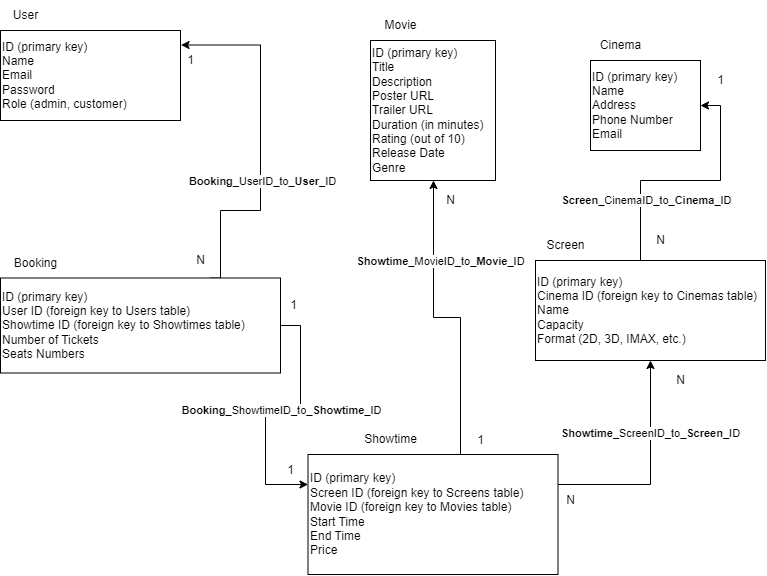
The draw.io diagram cinema/src/main/resources/static/database_schema.png in DVasyl13/cinema-app, before a commit. Source tidied: cells renumbered, new cells last; positions are measured from the earlier drawing's top-left corner, leaving out a move shared by most shapes. Its diagram source:
```xml
<mxGraphModel>
  <root>
    <mxCell id="0" />
    <mxCell id="1" parent="0" />
    <mxCell id="2" value="ID (primary key)&lt;br&gt;Name&lt;br&gt;Email&lt;br&gt;Password&lt;br&gt;Role (admin, customer)" style="rounded=0;whiteSpace=wrap;html=1;align=left;" parent="1" vertex="1">
      <mxGeometry y="30" width="180" height="90" as="geometry" />
    </mxCell>
    <mxCell id="3" value="User" style="text;html=1;align=center;verticalAlign=middle;strokeColor=none;fillColor=none;" parent="1" vertex="1">
      <mxGeometry width="50" height="30" as="geometry" />
    </mxCell>
    <mxCell id="4" value="ID (primary key)&lt;br&gt;Title&lt;br&gt;Description&lt;br&gt;Poster URL&lt;br&gt;Trailer URL&lt;br&gt;Duration (in minutes)&lt;br&gt;Rating (out of 10)&lt;br&gt;Release Date&lt;br&gt;Genre" style="rounded=0;whiteSpace=wrap;html=1;align=left;" parent="1" vertex="1">
      <mxGeometry x="370" y="40" width="125" height="140" as="geometry" />
    </mxCell>
    <mxCell id="5" value="Movie" style="text;html=1;align=center;verticalAlign=middle;strokeColor=none;fillColor=none;" parent="1" vertex="1">
      <mxGeometry x="370" y="10" width="60" height="30" as="geometry" />
    </mxCell>
    <mxCell id="6" value="Cinema" style="text;html=1;align=center;verticalAlign=middle;strokeColor=none;fillColor=none;" parent="1" vertex="1">
      <mxGeometry x="590" y="30" width="60" height="30" as="geometry" />
    </mxCell>
    <mxCell id="7" value="ID (primary key)&lt;br&gt;Name&lt;br&gt;Address&lt;br&gt;Phone Number&lt;br&gt;Email" style="whiteSpace=wrap;html=1;align=left;" parent="1" vertex="1">
      <mxGeometry x="590" y="60" width="110" height="90" as="geometry" />
    </mxCell>
    <mxCell id="8" style="edgeStyle=orthogonalEdgeStyle;rounded=0;jettySize=auto;html=1;exitX=0.75;exitY=0;exitDx=0;exitDy=0;entryX=1;entryY=0.5;entryDx=0;entryDy=0;" parent="1" edge="1" source="10" target="7">
      <mxGeometry relative="1" as="geometry">
        <Array as="points">
          <mxPoint x="640" y="260" />
          <mxPoint x="640" y="180" />
          <mxPoint x="720" y="180" />
          <mxPoint x="720" y="105" />
        </Array>
      </mxGeometry>
    </mxCell>
    <mxCell id="9" value="&lt;b&gt;Screen&lt;/b&gt;_CinemaID_to_&lt;b&gt;Cinema&lt;/b&gt;_ID" style="edgeLabel;html=1;align=center;verticalAlign=middle;" parent="8" vertex="1">
      <mxGeometry x="-0.07" y="-4" relative="1" as="geometry">
        <mxPoint x="3" y="16" as="offset" />
      </mxGeometry>
    </mxCell>
    <mxCell id="10" value="ID (primary key)&lt;br&gt;Cinema ID (foreign key to Cinemas table)&lt;br&gt;Name&lt;br&gt;Capacity&lt;br&gt;Format (2D, 3D, IMAX, etc.)" style="whiteSpace=wrap;html=1;align=left;" parent="1" vertex="1">
      <mxGeometry x="535" y="260" width="230" height="100" as="geometry" />
    </mxCell>
    <mxCell id="11" value="Screen" style="text;html=1;align=center;verticalAlign=middle;strokeColor=none;fillColor=none;" parent="1" vertex="1">
      <mxGeometry x="535" y="230" width="60" height="30" as="geometry" />
    </mxCell>
    <mxCell id="12" style="edgeStyle=orthogonalEdgeStyle;rounded=0;jettySize=auto;html=1;exitX=0.75;exitY=0;exitDx=0;exitDy=0;" parent="1" edge="1" source="16" target="4">
      <mxGeometry relative="1" as="geometry">
        <Array as="points">
          <mxPoint x="460" y="454" />
          <mxPoint x="460" y="317" />
          <mxPoint x="433" y="317" />
        </Array>
      </mxGeometry>
    </mxCell>
    <mxCell id="13" value="&lt;b&gt;Showtime_&lt;/b&gt;MovieID_to_&lt;b&gt;Movie&lt;/b&gt;_ID" style="edgeLabel;html=1;align=center;verticalAlign=middle;" parent="12" vertex="1">
      <mxGeometry x="-0.54" y="3" relative="1" as="geometry">
        <mxPoint x="-17" y="-151" as="offset" />
      </mxGeometry>
    </mxCell>
    <mxCell id="14" style="edgeStyle=orthogonalEdgeStyle;rounded=0;jettySize=auto;html=1;exitX=1;exitY=0.25;exitDx=0;exitDy=0;" parent="1" edge="1" source="16" target="10">
      <mxGeometry relative="1" as="geometry" />
    </mxCell>
    <mxCell id="15" value="&lt;b&gt;Showtime&lt;/b&gt;_ScreenID_to_&lt;b&gt;Screen_&lt;/b&gt;ID" style="edgeLabel;html=1;align=center;verticalAlign=middle;" parent="14" vertex="1">
      <mxGeometry x="0.33" relative="1" as="geometry" />
    </mxCell>
    <mxCell id="16" value="ID (primary key)&lt;br&gt;Screen ID (foreign key to Screens table)&lt;br&gt;Movie ID (foreign key to Movies table)&lt;br&gt;Start Time&lt;br&gt;End Time&lt;br&gt;Price" style="whiteSpace=wrap;html=1;align=left;" parent="1" vertex="1">
      <mxGeometry x="307.5" y="454" width="250" height="120" as="geometry" />
    </mxCell>
    <mxCell id="17" value="Showtime" style="text;html=1;align=center;verticalAlign=middle;strokeColor=none;fillColor=none;" parent="1" vertex="1">
      <mxGeometry x="350" y="424" width="80" height="30" as="geometry" />
    </mxCell>
    <mxCell id="18" value="Booking" style="text;html=1;align=center;verticalAlign=middle;strokeColor=none;fillColor=none;" parent="1" vertex="1">
      <mxGeometry y="247.5" width="70" height="30" as="geometry" />
    </mxCell>
    <mxCell id="19" style="edgeStyle=orthogonalEdgeStyle;rounded=0;jettySize=auto;html=1;exitX=0.75;exitY=0;exitDx=0;exitDy=0;entryX=1.003;entryY=0.161;entryDx=0;entryDy=0;entryPerimeter=0;" parent="1" edge="1" source="23" target="2">
      <mxGeometry relative="1" as="geometry">
        <Array as="points">
          <mxPoint x="220" y="210" />
          <mxPoint x="260" y="210" />
          <mxPoint x="260" y="45" />
        </Array>
      </mxGeometry>
    </mxCell>
    <mxCell id="20" value="&lt;b&gt;Booking&lt;/b&gt;_UserID_to_&lt;b&gt;User&lt;/b&gt;_ID" style="edgeLabel;html=1;align=center;verticalAlign=middle;" parent="19" vertex="1">
      <mxGeometry x="-0.02" y="-2" relative="1" as="geometry">
        <mxPoint y="31" as="offset" />
      </mxGeometry>
    </mxCell>
    <mxCell id="21" style="edgeStyle=orthogonalEdgeStyle;rounded=0;jettySize=auto;html=1;exitX=1;exitY=0.5;exitDx=0;exitDy=0;entryX=0;entryY=0.25;entryDx=0;entryDy=0;" parent="1" edge="1" source="23" target="16">
      <mxGeometry relative="1" as="geometry">
        <Array as="points">
          <mxPoint x="300" y="325" />
          <mxPoint x="300" y="406" />
          <mxPoint x="265" y="406" />
          <mxPoint x="265" y="484" />
        </Array>
      </mxGeometry>
    </mxCell>
    <mxCell id="22" value="&lt;b&gt;Booking&lt;/b&gt;_ShowtimeID_to_&lt;b&gt;Showtime&lt;/b&gt;_ID" style="edgeLabel;html=1;align=center;verticalAlign=middle;" parent="21" vertex="1">
      <mxGeometry x="-0.09" relative="1" as="geometry">
        <mxPoint x="-5" y="4" as="offset" />
      </mxGeometry>
    </mxCell>
    <mxCell id="23" value="ID (primary key)&lt;br&gt;User ID (foreign key to Users table)&lt;br&gt;Showtime ID (foreign key to Showtimes table)&lt;br&gt;Number of Tickets&lt;br&gt;Seats Numbers" style="whiteSpace=wrap;html=1;align=left;" parent="1" vertex="1">
      <mxGeometry y="277.5" width="280" height="95" as="geometry" />
    </mxCell>
    <mxCell id="24" value="1" style="text;html=1;align=center;verticalAlign=middle;strokeColor=none;fillColor=none;" parent="1" vertex="1">
      <mxGeometry x="175" y="45" width="30" height="30" as="geometry" />
    </mxCell>
    <mxCell id="25" value="N" style="text;html=1;align=center;verticalAlign=middle;strokeColor=none;fillColor=none;" parent="1" vertex="1">
      <mxGeometry x="185" y="245" width="30" height="30" as="geometry" />
    </mxCell>
    <mxCell id="26" value="1" style="text;html=1;align=center;verticalAlign=middle;strokeColor=none;fillColor=none;" parent="1" vertex="1">
      <mxGeometry x="465" y="425" width="30" height="30" as="geometry" />
    </mxCell>
    <mxCell id="27" value="N" style="text;html=1;align=center;verticalAlign=middle;strokeColor=none;fillColor=none;" parent="1" vertex="1">
      <mxGeometry x="435" y="185" width="30" height="30" as="geometry" />
    </mxCell>
    <mxCell id="28" value="1" style="text;html=1;align=center;verticalAlign=middle;strokeColor=none;fillColor=none;" parent="1" vertex="1">
      <mxGeometry x="275" y="455" width="30" height="30" as="geometry" />
    </mxCell>
    <mxCell id="29" value="1" style="text;html=1;align=center;verticalAlign=middle;strokeColor=none;fillColor=none;" parent="1" vertex="1">
      <mxGeometry x="277.5" y="290" width="30" height="30" as="geometry" />
    </mxCell>
    <mxCell id="30" value="N" style="text;html=1;align=center;verticalAlign=middle;strokeColor=none;fillColor=none;" parent="1" vertex="1">
      <mxGeometry x="555" y="485" width="30" height="30" as="geometry" />
    </mxCell>
    <mxCell id="31" value="1" style="text;html=1;align=center;verticalAlign=middle;strokeColor=none;fillColor=none;" parent="1" vertex="1">
      <mxGeometry x="705" y="65" width="30" height="30" as="geometry" />
    </mxCell>
    <mxCell id="32" value="N" style="text;html=1;align=center;verticalAlign=middle;strokeColor=none;fillColor=none;" parent="1" vertex="1">
      <mxGeometry x="645" y="225" width="30" height="30" as="geometry" />
    </mxCell>
    <mxCell id="33" value="N" style="text;html=1;align=center;verticalAlign=middle;strokeColor=none;fillColor=none;" parent="1" vertex="1">
      <mxGeometry x="665" y="365" width="30" height="30" as="geometry" />
    </mxCell>
  </root>
</mxGraphModel>
```
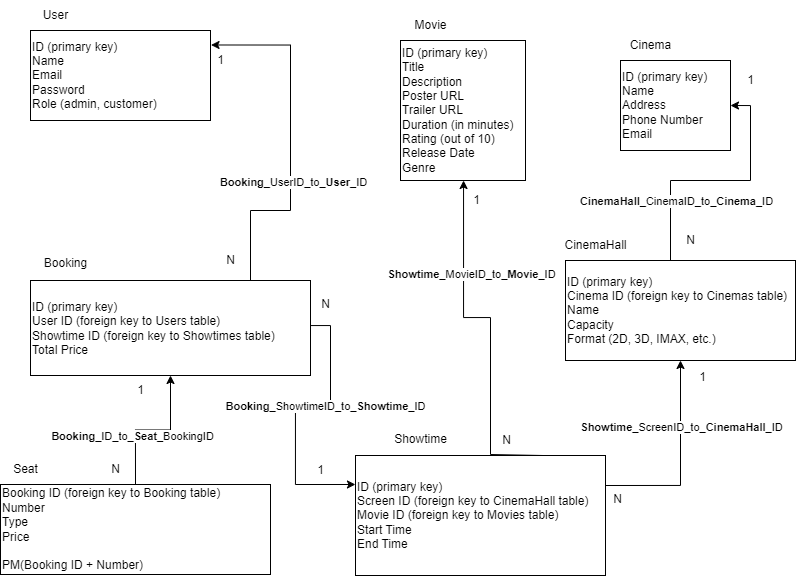
After the change.

Change to the diagram source:
```diff
@@ -30,7 +30,7 @@
         </Array>
       </mxGeometry>
     </mxCell>
-    <mxCell id="9" value="&lt;b&gt;Screen&lt;/b&gt;_CinemaID_to_&lt;b&gt;Cinema&lt;/b&gt;_ID" style="edgeLabel;html=1;align=center;verticalAlign=middle;" parent="8" vertex="1">
+    <mxCell id="9" value="&lt;b&gt;CinemaHall&lt;/b&gt;_CinemaID_to_&lt;b&gt;Cinema&lt;/b&gt;_ID" style="edgeLabel;html=1;align=center;verticalAlign=middle;" parent="8" vertex="1">
       <mxGeometry x="-0.07" y="-4" relative="1" as="geometry">
         <mxPoint x="3" y="16" as="offset" />
       </mxGeometry>
@@ -38,8 +38,8 @@
     <mxCell id="10" value="ID (primary key)&lt;br&gt;Cinema ID (foreign key to Cinemas table)&lt;br&gt;Name&lt;br&gt;Capacity&lt;br&gt;Format (2D, 3D, IMAX, etc.)" style="whiteSpace=wrap;html=1;align=left;" parent="1" vertex="1">
       <mxGeometry x="535" y="260" width="230" height="100" as="geometry" />
     </mxCell>
-    <mxCell id="11" value="Screen" style="text;html=1;align=center;verticalAlign=middle;strokeColor=none;fillColor=none;" parent="1" vertex="1">
-      <mxGeometry x="535" y="230" width="60" height="30" as="geometry" />
+    <mxCell id="11" value="CinemaHall" style="text;html=1;align=center;verticalAlign=middle;strokeColor=none;fillColor=none;" parent="1" vertex="1">
+      <mxGeometry x="520" y="230" width="90" height="30" as="geometry" />
     </mxCell>
     <mxCell id="12" style="edgeStyle=orthogonalEdgeStyle;rounded=0;jettySize=auto;html=1;exitX=0.75;exitY=0;exitDx=0;exitDy=0;" parent="1" edge="1" source="16" target="4">
       <mxGeometry relative="1" as="geometry">
@@ -58,11 +58,11 @@
     <mxCell id="14" style="edgeStyle=orthogonalEdgeStyle;rounded=0;jettySize=auto;html=1;exitX=1;exitY=0.25;exitDx=0;exitDy=0;" parent="1" edge="1" source="16" target="10">
       <mxGeometry relative="1" as="geometry" />
     </mxCell>
-    <mxCell id="15" value="&lt;b&gt;Showtime&lt;/b&gt;_ScreenID_to_&lt;b&gt;Screen_&lt;/b&gt;ID" style="edgeLabel;html=1;align=center;verticalAlign=middle;" parent="14" vertex="1">
+    <mxCell id="15" value="&lt;b&gt;Showtime&lt;/b&gt;_ScreenID_to_&lt;b&gt;CinemaHall_&lt;/b&gt;ID" style="edgeLabel;html=1;align=center;verticalAlign=middle;" parent="14" vertex="1">
       <mxGeometry x="0.33" relative="1" as="geometry" />
     </mxCell>
-    <mxCell id="16" value="ID (primary key)&lt;br&gt;Screen ID (foreign key to Screens table)&lt;br&gt;Movie ID (foreign key to Movies table)&lt;br&gt;Start Time&lt;br&gt;End Time&lt;br&gt;Price" style="whiteSpace=wrap;html=1;align=left;" parent="1" vertex="1">
-      <mxGeometry x="307.5" y="454" width="250" height="120" as="geometry" />
+    <mxCell id="16" value="ID (primary key)&lt;br&gt;Screen ID (foreign key to CinemaHall table)&lt;br&gt;Movie ID (foreign key to Movies table)&lt;br&gt;Start Time&lt;br&gt;End Time" style="whiteSpace=wrap;html=1;align=left;" parent="1" vertex="1">
+      <mxGeometry x="325" y="455" width="250" height="120" as="geometry" />
     </mxCell>
     <mxCell id="17" value="Showtime" style="text;html=1;align=center;verticalAlign=middle;strokeColor=none;fillColor=none;" parent="1" vertex="1">
       <mxGeometry x="350" y="424" width="80" height="30" as="geometry" />
@@ -96,11 +96,11 @@
     </mxCell>
     <mxCell id="22" value="&lt;b&gt;Booking&lt;/b&gt;_ShowtimeID_to_&lt;b&gt;Showtime&lt;/b&gt;_ID" style="edgeLabel;html=1;align=center;verticalAlign=middle;" parent="21" vertex="1">
       <mxGeometry x="-0.09" relative="1" as="geometry">
-        <mxPoint x="-5" y="4" as="offset" />
+        <mxPoint x="16" y="-1" as="offset" />
       </mxGeometry>
     </mxCell>
-    <mxCell id="23" value="ID (primary key)&lt;br&gt;User ID (foreign key to Users table)&lt;br&gt;Showtime ID (foreign key to Showtimes table)&lt;br&gt;Number of Tickets&lt;br&gt;Seats Numbers" style="whiteSpace=wrap;html=1;align=left;" parent="1" vertex="1">
-      <mxGeometry y="277.5" width="280" height="95" as="geometry" />
+    <mxCell id="23" value="ID (primary key)&lt;br&gt;User ID (foreign key to Users table)&lt;br&gt;Showtime ID (foreign key to Showtimes table)&lt;br&gt;Total Price" style="whiteSpace=wrap;html=1;align=left;" parent="1" vertex="1">
+      <mxGeometry y="280" width="280" height="95" as="geometry" />
     </mxCell>
     <mxCell id="24" value="1" style="text;html=1;align=center;verticalAlign=middle;strokeColor=none;fillColor=none;" parent="1" vertex="1">
       <mxGeometry x="175" y="45" width="30" height="30" as="geometry" />
@@ -132,5 +132,25 @@
     <mxCell id="33" value="N" style="text;html=1;align=center;verticalAlign=middle;strokeColor=none;fillColor=none;" parent="1" vertex="1">
       <mxGeometry x="665" y="365" width="30" height="30" as="geometry" />
     </mxCell>
+    <mxCell id="34" style="edgeStyle=orthogonalEdgeStyle;rounded=0;jettySize=auto;html=1;exitX=0.5;exitY=0;exitDx=0;exitDy=0;" parent="1" edge="1" source="36" target="23">
+      <mxGeometry relative="1" as="geometry" />
+    </mxCell>
+    <mxCell id="35" value="&lt;b style=&quot;border-color: var(--border-color);&quot;&gt;Booking&lt;/b&gt;_ID_to_&lt;b style=&quot;border-color: var(--border-color);&quot;&gt;Seat&lt;/b&gt;_BookingID" style="edgeLabel;html=1;align=center;verticalAlign=middle;" parent="34" vertex="1">
+      <mxGeometry x="-0.32" relative="1" as="geometry">
+        <mxPoint x="-3" as="offset" />
+      </mxGeometry>
+    </mxCell>
+    <mxCell id="36" value="Booking ID (foreign key to Booking table)&lt;br&gt;Number&lt;br&gt;Type&lt;br&gt;Price&lt;br&gt;&lt;br&gt;PM(Booking ID + Number)" style="whiteSpace=wrap;html=1;align=left;" parent="1" vertex="1">
+      <mxGeometry x="-30" y="484" width="270" height="90" as="geometry" />
+    </mxCell>
+    <mxCell id="37" value="Seat" style="text;html=1;align=center;verticalAlign=middle;strokeColor=none;fillColor=none;" parent="1" vertex="1">
+      <mxGeometry x="-30" y="454" width="50" height="30" as="geometry" />
+    </mxCell>
+    <mxCell id="38" value="1" style="text;html=1;align=center;verticalAlign=middle;strokeColor=none;fillColor=none;" parent="1" vertex="1">
+      <mxGeometry x="95" y="375" width="30" height="30" as="geometry" />
+    </mxCell>
+    <mxCell id="39" value="N" style="text;html=1;align=center;verticalAlign=middle;strokeColor=none;fillColor=none;" parent="1" vertex="1">
+      <mxGeometry x="70" y="454" width="30" height="30" as="geometry" />
+    </mxCell>
   </root>
 </mxGraphModel>
```
